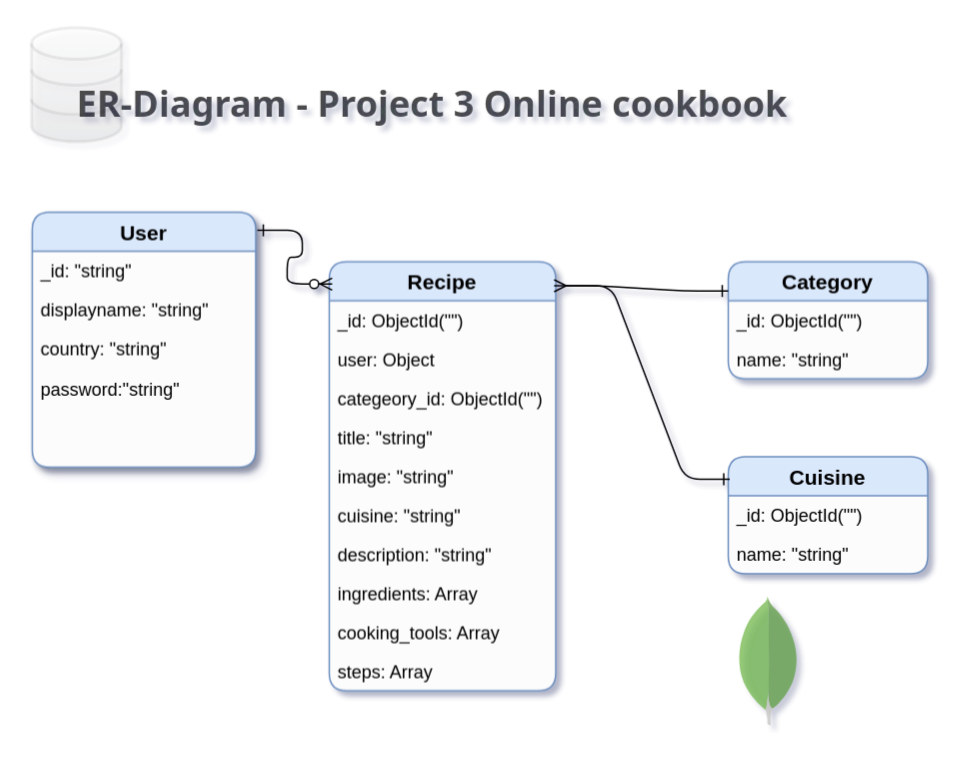
wickyakloe/Online-Cookbook keeps this draw.io diagram as assets/ER_Diagram_Project_3.drawio. Above is the earlier version. Source tidied: cells renumbered, new cells numbered last; positions are measured from the earlier drawing's top-left corner, leaving out a move shared by most shapes. Both pictures are drawn from the tidied source at 150%, with x=0, y=0 at pixel (30, 27).
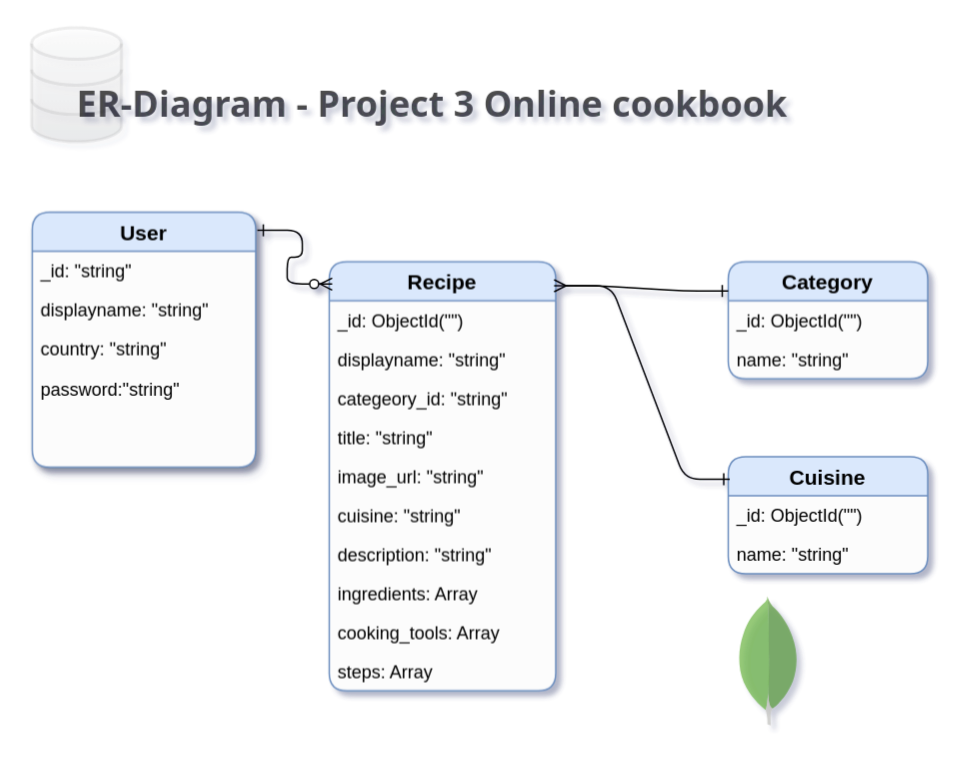
Above is the later version.

The change refers to these unchanged cells:
```xml
<mxCell id="2" value="Recipe" style="swimlane;fontStyle=1;horizontal=1;startSize=26;fillColor=#dae8fc;swimlaneFillColor=#FCFCFC;align=center;fontSize=14;strokeColor=#6c8ebf;rounded=1;" parent="1" vertex="1">
  <mxGeometry x="199" y="156" width="151" height="286" as="geometry" />
</mxCell>
```

The edit, as a diff of the source:
```diff
@@
-    <mxCell id="4" value="user: Object" style="text;strokeColor=none;fillColor=none;spacingLeft=4;spacingRight=4;overflow=hidden;fontSize=12;" parent="2" vertex="1">
+    <mxCell id="4" value="displayname: &quot;string&quot;" style="text;strokeColor=none;fillColor=none;spacingLeft=4;spacingRight=4;overflow=hidden;fontSize=12;" parent="2" vertex="1">
       <mxGeometry y="52" width="151" height="26" as="geometry" />
     </mxCell>
-    <mxCell id="5" value="categeory_id: ObjectId(&quot;&quot;)" style="text;strokeColor=none;fillColor=none;spacingLeft=4;spacingRight=4;overflow=hidden;fontSize=12;" parent="2" vertex="1">
+    <mxCell id="5" value="categeory_id: &quot;string&quot;" style="text;strokeColor=none;fillColor=none;spacingLeft=4;spacingRight=4;overflow=hidden;fontSize=12;" parent="2" vertex="1">
       <mxGeometry y="78" width="151" height="26" as="geometry" />
     </mxCell>
@@
-    <mxCell id="7" value="image: &quot;string&quot;" style="text;strokeColor=none;fillColor=none;spacingLeft=4;spacingRight=4;overflow=hidden;fontSize=12;" parent="2" vertex="1">
+    <mxCell id="7" value="image_url: &quot;string&quot;" style="text;strokeColor=none;fillColor=none;spacingLeft=4;spacingRight=4;overflow=hidden;fontSize=12;" parent="2" vertex="1">
       <mxGeometry y="130" width="151" height="26" as="geometry" />
     </mxCell>
```
